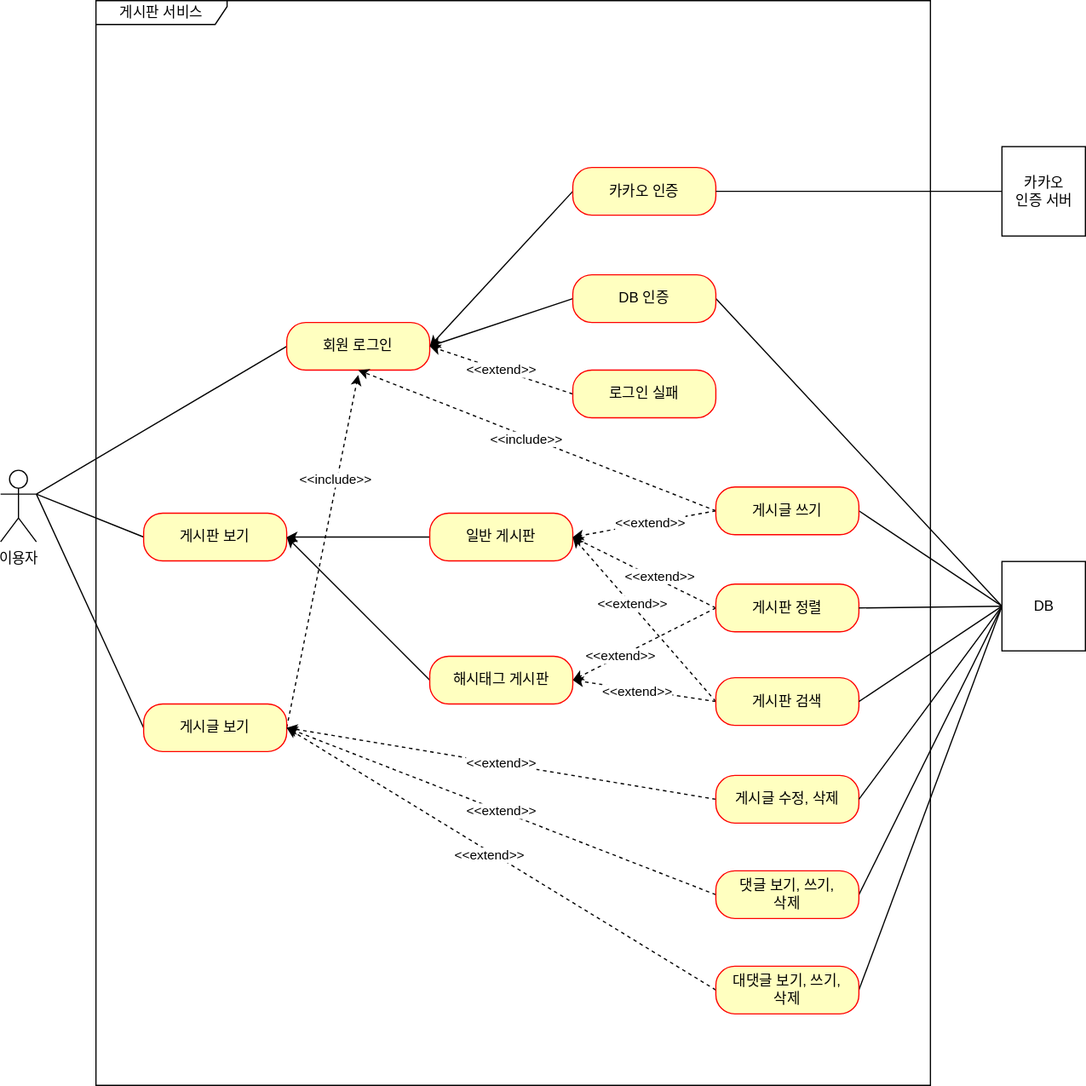
Earlier version of the draw.io export document/use-case.svg (semanticker/fastcampus-project-board). Source tidied: cells renumbered, new cells last; positions are measured from the earlier drawing's top-left corner, leaving out a move shared by most shapes.
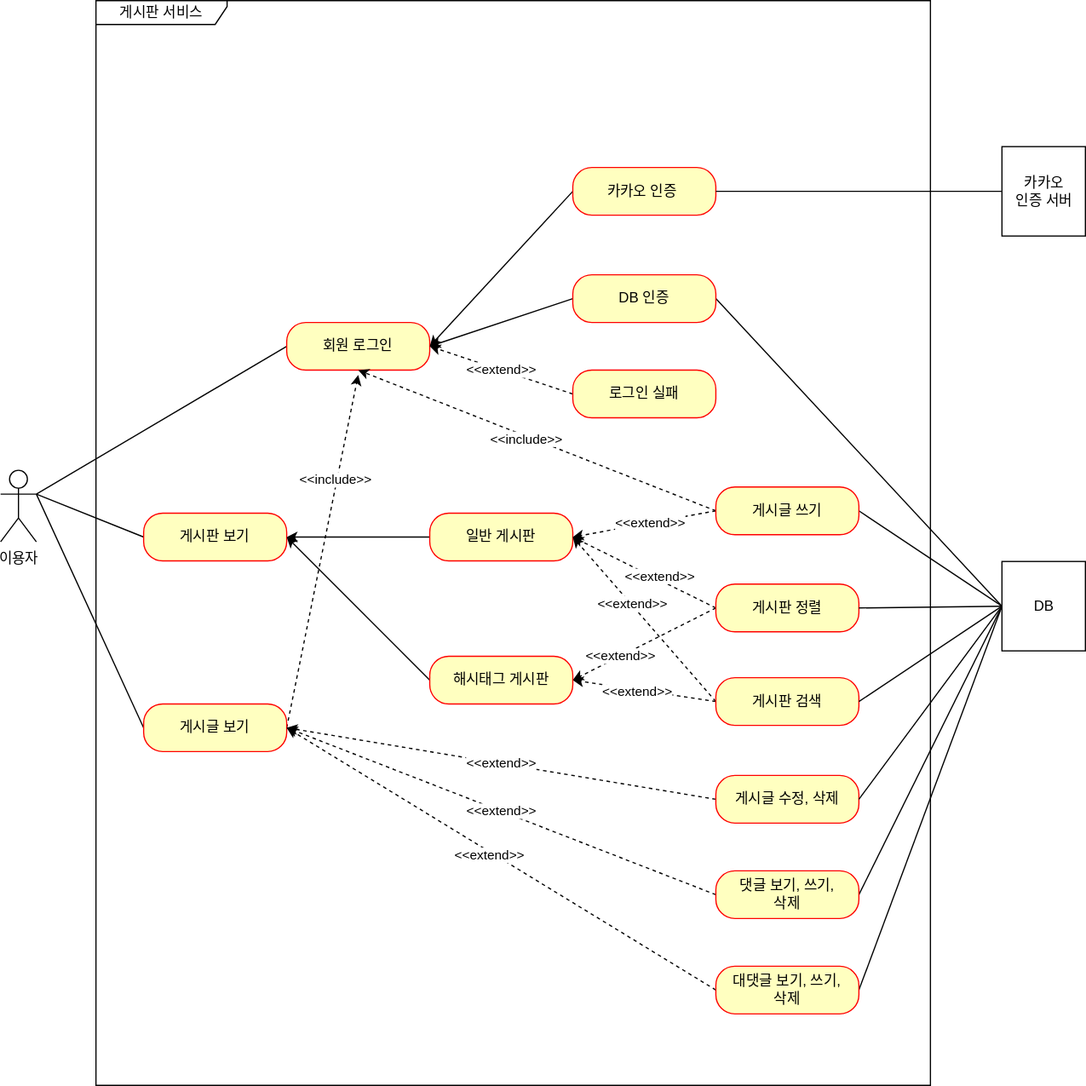
After the change.

Commit message:
#51 - use-case.svg : 카카오 인증 유즈케이스 추가

What changed in the source:
```diff
@@ -167,7 +167,7 @@
     <mxCell id="52" style="rounded=0;jettySize=auto;html=1;exitX=0;exitY=0.5;exitDx=0;exitDy=0;entryX=1;entryY=0.5;entryDx=0;entryDy=0;endArrow=classic;endFill=1;" parent="1" edge="1" source="53" target="13">
       <mxGeometry relative="1" as="geometry" />
     </mxCell>
-    <mxCell id="53" value="카카오 인증" style="rounded=1;whiteSpace=wrap;html=1;arcSize=40;fontColor=#000000;fillColor=#ffffc0;strokeColor=#ff0000;" parent="1" vertex="1">
+    <mxCell id="53" value="카카오 인증&amp;nbsp;" style="rounded=1;whiteSpace=wrap;html=1;arcSize=40;fontColor=#000000;fillColor=#ffffc0;strokeColor=#ff0000;" parent="1" vertex="1">
       <mxGeometry x="480" y="140" width="120" height="40" as="geometry" />
     </mxCell>
     <mxCell id="54" style="edgeStyle=orthogonalEdgeStyle;rounded=0;jettySize=auto;html=1;entryX=1;entryY=0.5;entryDx=0;entryDy=0;endArrow=none;endFill=0;" parent="1" edge="1" source="55" target="53">
```
